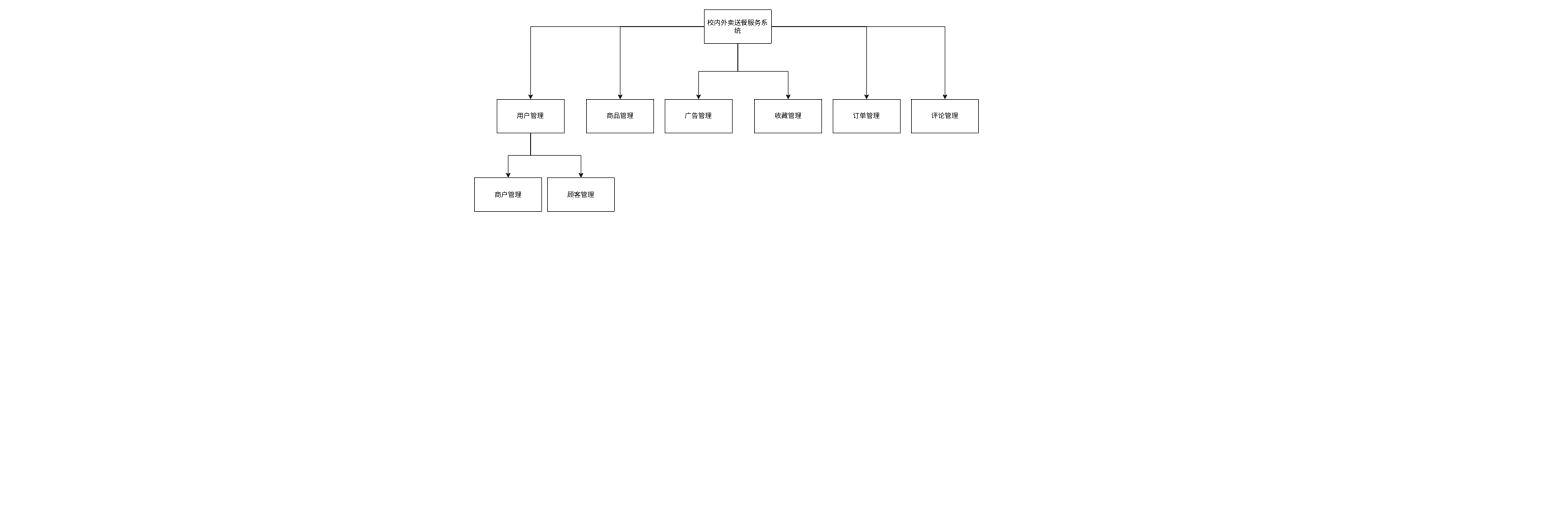
This is images/功能模块图.drawio from wansuns/DrawingBed, a draw.io file, before an edit. Source tidied: cells renumbered, new cells numbered last; positions are measured from the earlier drawing's top-left corner, leaving out a move shared by most shapes. Both pictures are drawn from the tidied source at 56%, with x=0, y=0 at pixel (474, 10).
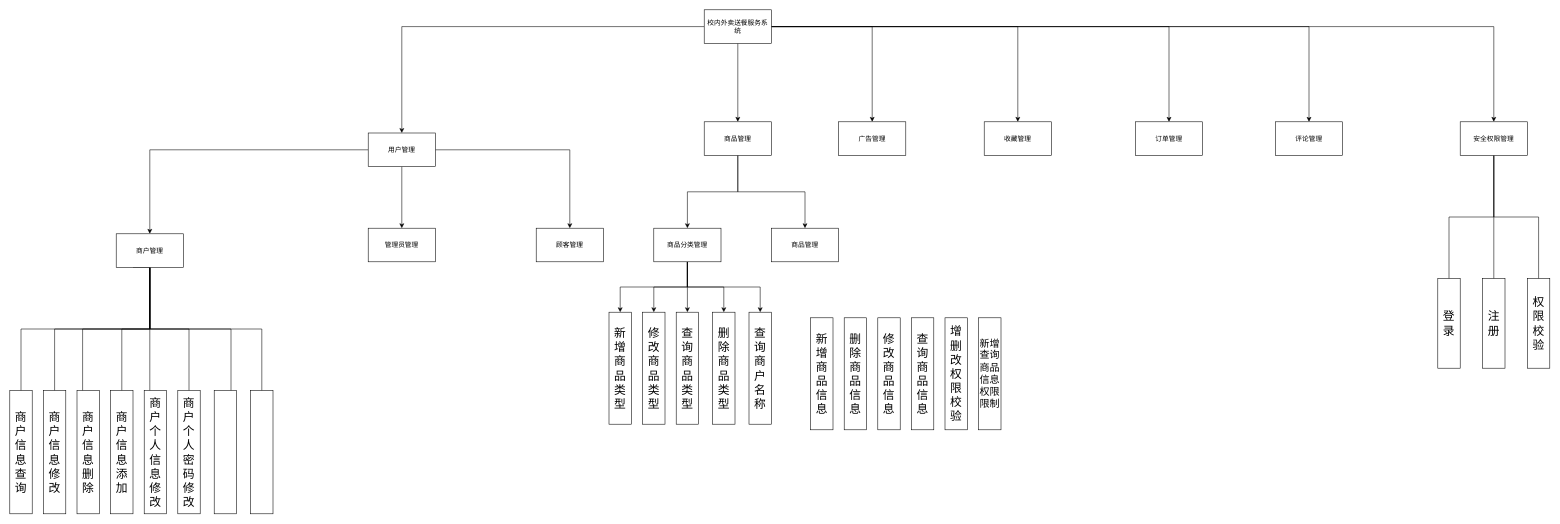
The same page after the edit.

Commit message:
更新功能模块图.drawio

The change refers to these unchanged cells:
```xml
<mxCell id="8" value="校内外卖送餐服务系统" style="rounded=0;whiteSpace=wrap;html=1;" parent="1" vertex="1">
  <mxGeometry x="410" width="120" height="60" as="geometry" />
</mxCell>
```

Change to the diagram source:
```diff
@@
+    <mxCell id="19" style="edgeStyle=orthogonalEdgeStyle;rounded=0;jettySize=auto;html=1;" parent="1" edge="1" source="8" target="43">
+      <mxGeometry relative="1" as="geometry" />
+    </mxCell>
@@
+    <mxCell id="20" style="edgeStyle=orthogonalEdgeStyle;rounded=0;jettySize=auto;html=1;" parent="1" edge="1" source="11" target="31">
+      <mxGeometry relative="1" as="geometry" />
+    </mxCell>
     <mxCell id="11" value="用户管理" style="rounded=0;whiteSpace=wrap;html=1;" parent="1" vertex="1">
-      <mxGeometry x="40" y="160" width="120" height="60" as="geometry" />
+      <mxGeometry x="-190" y="220" width="120" height="60" as="geometry" />
     </mxCell>
+    <mxCell id="21" style="edgeStyle=orthogonalEdgeStyle;rounded=0;jettySize=auto;html=1;" parent="1" edge="1" source="12" target="52">
+      <mxGeometry relative="1" as="geometry" />
+    </mxCell>
+    <mxCell id="22" style="edgeStyle=orthogonalEdgeStyle;rounded=0;jettySize=auto;html=1;" parent="1" edge="1" source="12" target="53">
+      <mxGeometry relative="1" as="geometry" />
+    </mxCell>
     <mxCell id="12" value="商品管理" style="whiteSpace=wrap;html=1;rounded=0;" parent="1" vertex="1">
-      <mxGeometry x="200" y="160" width="120" height="60" as="geometry" />
+      <mxGeometry x="410" y="200" width="120" height="60" as="geometry" />
     </mxCell>
     <mxCell id="13" value="广告管理" style="whiteSpace=wrap;html=1;rounded=0;" parent="1" vertex="1">
-      <mxGeometry x="340" y="160" width="120" height="60" as="geometry" />
+      <mxGeometry x="650" y="200" width="120" height="60" as="geometry" />
     </mxCell>
     <mxCell id="14" value="订单管理" style="whiteSpace=wrap;html=1;rounded=0;" parent="1" vertex="1">
-      <mxGeometry x="640" y="160" width="120" height="60" as="geometry" />
+      <mxGeometry x="1180" y="200" width="120" height="60" as="geometry" />
     </mxCell>
     <mxCell id="15" value="收藏管理" style="whiteSpace=wrap;html=1;rounded=0;" parent="1" vertex="1">
-      <mxGeometry x="500" y="160" width="120" height="60" as="geometry" />
+      <mxGeometry x="910" y="200" width="120" height="60" as="geometry" />
     </mxCell>
     <mxCell id="16" value="评论管理" style="rounded=0;whiteSpace=wrap;html=1;" parent="1" vertex="1">
-      <mxGeometry x="780" y="160" width="120" height="60" as="geometry" />
+      <mxGeometry x="1430" y="200" width="120" height="60" as="geometry" />
     </mxCell>
+    <mxCell id="23" style="edgeStyle=orthogonalEdgeStyle;rounded=0;jettySize=auto;html=1;exitX=0.25;exitY=1;exitDx=0;exitDy=0;entryX=0.5;entryY=0;entryDx=0;entryDy=0;endArrow=none;endFill=0;" parent="1" edge="1" source="17" target="35">
+      <mxGeometry relative="1" as="geometry">
+        <Array as="points">
+          <mxPoint x="-580" y="460" />
+          <mxPoint x="-580" y="570" />
+          <mxPoint x="-810" y="570" />
+        </Array>
+      </mxGeometry>
+    </mxCell>
+    <mxCell id="24" style="edgeStyle=orthogonalEdgeStyle;rounded=0;jettySize=auto;html=1;exitX=0.5;exitY=1;exitDx=0;exitDy=0;endArrow=none;endFill=0;" parent="1" edge="1" source="17" target="39">
+      <mxGeometry relative="1" as="geometry" />
+    </mxCell>
+    <mxCell id="25" style="edgeStyle=orthogonalEdgeStyle;rounded=0;jettySize=auto;html=1;endArrow=none;endFill=0;" parent="1" edge="1" source="17" target="37">
+      <mxGeometry relative="1" as="geometry" />
+    </mxCell>
+    <mxCell id="26" style="edgeStyle=orthogonalEdgeStyle;rounded=0;jettySize=auto;html=1;entryX=0.75;entryY=0;entryDx=0;entryDy=0;endArrow=none;endFill=0;" parent="1" edge="1" target="38">
+      <mxGeometry relative="1" as="geometry">
+        <mxPoint x="-580" y="460" as="sourcePoint" />
+        <Array as="points">
+          <mxPoint x="-580" y="570" />
+          <mxPoint x="-435" y="570" />
+        </Array>
+      </mxGeometry>
+    </mxCell>
+    <mxCell id="27" style="edgeStyle=orthogonalEdgeStyle;rounded=0;jettySize=auto;html=1;exitX=0.5;exitY=1;exitDx=0;exitDy=0;entryX=0.25;entryY=0;entryDx=0;entryDy=0;endArrow=none;endFill=0;" parent="1" edge="1" source="17" target="36">
+      <mxGeometry relative="1" as="geometry" />
+    </mxCell>
+    <mxCell id="28" style="edgeStyle=orthogonalEdgeStyle;rounded=0;jettySize=auto;html=1;entryX=0.5;entryY=0;entryDx=0;entryDy=0;exitX=0.5;exitY=1;exitDx=0;exitDy=0;endArrow=none;endFill=0;" parent="1" edge="1" source="17" target="34">
+      <mxGeometry relative="1" as="geometry" />
+    </mxCell>
+    <mxCell id="29" style="edgeStyle=orthogonalEdgeStyle;rounded=0;jettySize=auto;html=1;entryX=0.25;entryY=0;entryDx=0;entryDy=0;exitX=0.5;exitY=1;exitDx=0;exitDy=0;endArrow=none;endFill=0;" parent="1" edge="1" source="17" target="33">
+      <mxGeometry relative="1" as="geometry" />
+    </mxCell>
+    <mxCell id="30" style="edgeStyle=orthogonalEdgeStyle;rounded=0;jettySize=auto;html=1;entryX=0.5;entryY=0;entryDx=0;entryDy=0;exitX=0.5;exitY=1;exitDx=0;exitDy=0;endArrow=none;endFill=0;" parent="1" edge="1" source="17" target="32">
+      <mxGeometry relative="1" as="geometry" />
+    </mxCell>
     <mxCell id="17" value="商户管理" style="whiteSpace=wrap;html=1;rounded=0;" parent="1" vertex="1">
-      <mxGeometry y="300" width="120" height="60" as="geometry" />
+      <mxGeometry x="-640" y="400" width="120" height="60" as="geometry" />
     </mxCell>
     <mxCell id="18" value="顾客管理" style="whiteSpace=wrap;html=1;rounded=0;" parent="1" vertex="1">
-      <mxGeometry x="130" y="300" width="120" height="60" as="geometry" />
+      <mxGeometry x="110" y="390" width="120" height="60" as="geometry" />
     </mxCell>
+    <mxCell id="31" value="管理员管理" style="whiteSpace=wrap;html=1;rounded=0;" parent="1" vertex="1">
+      <mxGeometry x="-190" y="390" width="120" height="60" as="geometry" />
+    </mxCell>
+    <mxCell id="32" value="&lt;font style=&quot;font-size: 21px;&quot;&gt;商户信息修改&lt;/font&gt;" style="whiteSpace=wrap;html=1;rounded=0;" parent="1" vertex="1">
+      <mxGeometry x="-770" y="680" width="40" height="220" as="geometry" />
+    </mxCell>
+    <mxCell id="33" value="&lt;font style=&quot;font-size: 21px;&quot;&gt;商户信息删除&lt;/font&gt;" style="whiteSpace=wrap;html=1;rounded=0;" parent="1" vertex="1">
+      <mxGeometry x="-710" y="680" width="40" height="220" as="geometry" />
+    </mxCell>
+    <mxCell id="34" value="&lt;font style=&quot;font-size: 21px;&quot;&gt;商户信息添加&lt;/font&gt;" style="whiteSpace=wrap;html=1;rounded=0;" parent="1" vertex="1">
+      <mxGeometry x="-650" y="680" width="40" height="220" as="geometry" />
+    </mxCell>
+    <mxCell id="35" value="&lt;font style=&quot;font-size: 21px;&quot;&gt;商户信息查询&lt;/font&gt;" style="html=1;rounded=0;verticalAlign=middle;horizontal=1;align=center;labelPosition=center;verticalLabelPosition=middle;whiteSpace=wrap;" parent="1" vertex="1">
+      <mxGeometry x="-830" y="680" width="40" height="220" as="geometry" />
+    </mxCell>
+    <mxCell id="36" value="&lt;font style=&quot;font-size: 21px;&quot;&gt;商户个人信息修改&lt;/font&gt;" style="whiteSpace=wrap;html=1;rounded=0;" parent="1" vertex="1">
+      <mxGeometry x="-590" y="680" width="40" height="220" as="geometry" />
+    </mxCell>
+    <mxCell id="37" value="&lt;font style=&quot;font-size: 21px;&quot;&gt;商户个人密码修改&lt;/font&gt;" style="whiteSpace=wrap;html=1;rounded=0;" parent="1" vertex="1">
+      <mxGeometry x="-530" y="680" width="40" height="220" as="geometry" />
+    </mxCell>
+    <mxCell id="38" style="whiteSpace=wrap;html=1;rounded=0;" parent="1" vertex="1">
+      <mxGeometry x="-465" y="680" width="40" height="220" as="geometry" />
+    </mxCell>
+    <mxCell id="39" style="whiteSpace=wrap;html=1;rounded=0;" parent="1" vertex="1">
+      <mxGeometry x="-400" y="680" width="40" height="220" as="geometry" />
+    </mxCell>
+    <mxCell id="40" style="edgeStyle=orthogonalEdgeStyle;rounded=0;jettySize=auto;html=1;endArrow=none;endFill=0;" parent="1" edge="1" source="43" target="44">
+      <mxGeometry relative="1" as="geometry" />
+    </mxCell>
+    <mxCell id="41" style="edgeStyle=orthogonalEdgeStyle;rounded=0;jettySize=auto;html=1;entryX=0.5;entryY=0;entryDx=0;entryDy=0;endArrow=none;endFill=0;" parent="1" edge="1" source="43" target="45">
+      <mxGeometry relative="1" as="geometry" />
+    </mxCell>
+    <mxCell id="42" style="edgeStyle=orthogonalEdgeStyle;rounded=0;jettySize=auto;html=1;endArrow=none;endFill=0;" parent="1" edge="1" source="43" target="46">
+      <mxGeometry relative="1" as="geometry" />
+    </mxCell>
+    <mxCell id="43" value="安全权限管理" style="whiteSpace=wrap;html=1;rounded=0;" parent="1" vertex="1">
+      <mxGeometry x="1760" y="200" width="120" height="60" as="geometry" />
+    </mxCell>
+    <mxCell id="44" value="&lt;font style=&quot;font-size: 21px;&quot;&gt;登录&lt;/font&gt;" style="whiteSpace=wrap;html=1;rounded=0;" parent="1" vertex="1">
+      <mxGeometry x="1720" y="480" width="40" height="160" as="geometry" />
+    </mxCell>
+    <mxCell id="45" value="&lt;font style=&quot;font-size: 21px;&quot;&gt;注册&lt;/font&gt;" style="whiteSpace=wrap;html=1;rounded=0;" parent="1" vertex="1">
+      <mxGeometry x="1800" y="480" width="40" height="160" as="geometry" />
+    </mxCell>
+    <mxCell id="46" value="&lt;font style=&quot;font-size: 21px;&quot;&gt;权限校验&lt;/font&gt;" style="whiteSpace=wrap;html=1;rounded=0;" parent="1" vertex="1">
+      <mxGeometry x="1880" y="480" width="40" height="160" as="geometry" />
+    </mxCell>
+    <mxCell id="47" style="edgeStyle=orthogonalEdgeStyle;rounded=0;jettySize=auto;html=1;exitX=0.5;exitY=1;exitDx=0;exitDy=0;entryX=0.5;entryY=0;entryDx=0;entryDy=0;" parent="1" edge="1" source="52" target="57">
+      <mxGeometry relative="1" as="geometry" />
+    </mxCell>
+    <mxCell id="48" style="edgeStyle=orthogonalEdgeStyle;rounded=0;jettySize=auto;html=1;exitX=0.5;exitY=1;exitDx=0;exitDy=0;entryX=0.5;entryY=0;entryDx=0;entryDy=0;" parent="1" edge="1" source="52" target="56">
+      <mxGeometry relative="1" as="geometry" />
+    </mxCell>
+    <mxCell id="49" style="edgeStyle=orthogonalEdgeStyle;rounded=0;jettySize=auto;html=1;exitX=0.5;exitY=1;exitDx=0;exitDy=0;entryX=0.5;entryY=0;entryDx=0;entryDy=0;" parent="1" edge="1" source="52" target="55">
+      <mxGeometry relative="1" as="geometry" />
+    </mxCell>
+    <mxCell id="50" style="edgeStyle=orthogonalEdgeStyle;rounded=0;jettySize=auto;html=1;exitX=0.5;exitY=1;exitDx=0;exitDy=0;" parent="1" edge="1" source="52" target="54">
+      <mxGeometry relative="1" as="geometry" />
+    </mxCell>
+    <mxCell id="51" style="edgeStyle=orthogonalEdgeStyle;rounded=0;jettySize=auto;html=1;exitX=0.5;exitY=1;exitDx=0;exitDy=0;" parent="1" edge="1" source="52" target="58">
+      <mxGeometry relative="1" as="geometry" />
+    </mxCell>
+    <mxCell id="52" value="商品分类管理" style="whiteSpace=wrap;html=1;rounded=0;" parent="1" vertex="1">
+      <mxGeometry x="320" y="390" width="120" height="60" as="geometry" />
+    </mxCell>
+    <mxCell id="53" value="商品管理" style="whiteSpace=wrap;html=1;rounded=0;" parent="1" vertex="1">
+      <mxGeometry x="530" y="390" width="120" height="60" as="geometry" />
+    </mxCell>
+    <mxCell id="54" value="新增商品类型" style="whiteSpace=wrap;html=1;rounded=0;fontSize=21;" parent="1" vertex="1">
+      <mxGeometry x="240" y="540" width="40" height="200" as="geometry" />
+    </mxCell>
+    <mxCell id="55" value="&lt;font style=&quot;font-size: 21px;&quot;&gt;删除商品类型&lt;/font&gt;" style="whiteSpace=wrap;html=1;rounded=0;" parent="1" vertex="1">
+      <mxGeometry x="425" y="540" width="40" height="200" as="geometry" />
+    </mxCell>
+    <mxCell id="56" value="&lt;font style=&quot;font-size: 21px;&quot;&gt;查询商品类型&lt;/font&gt;" style="whiteSpace=wrap;html=1;rounded=0;" parent="1" vertex="1">
+      <mxGeometry x="360" y="540" width="40" height="200" as="geometry" />
+    </mxCell>
+    <mxCell id="57" value="修改商品类型" style="whiteSpace=wrap;html=1;rounded=0;fontSize=21;" parent="1" vertex="1">
+      <mxGeometry x="300" y="540" width="40" height="200" as="geometry" />
+    </mxCell>
+    <mxCell id="58" value="&lt;font style=&quot;font-size: 21px;&quot;&gt;查询商户名称&lt;/font&gt;" style="whiteSpace=wrap;html=1;rounded=0;" parent="1" vertex="1">
+      <mxGeometry x="490" y="540" width="40" height="200" as="geometry" />
+    </mxCell>
+    <mxCell id="59" value="&lt;font style=&quot;font-size: 21px;&quot;&gt;增删改权限校验&lt;/font&gt;" style="whiteSpace=wrap;html=1;rounded=0;" parent="1" vertex="1">
+      <mxGeometry x="840" y="550" width="40" height="200" as="geometry" />
+    </mxCell>
+    <mxCell id="60" value="&lt;font style=&quot;font-size: 21px;&quot;&gt;修改商品信息&lt;/font&gt;" style="whiteSpace=wrap;html=1;rounded=0;" parent="1" vertex="1">
+      <mxGeometry x="720" y="550" width="40" height="200" as="geometry" />
+    </mxCell>
+    <mxCell id="61" value="&lt;font style=&quot;font-size: 21px;&quot;&gt;新增商品信息&lt;/font&gt;" style="whiteSpace=wrap;html=1;rounded=0;" parent="1" vertex="1">
+      <mxGeometry x="600" y="550" width="40" height="200" as="geometry" />
+    </mxCell>
+    <mxCell id="62" value="&lt;font style=&quot;font-size: 21px;&quot;&gt;删除商品信息&lt;/font&gt;" style="whiteSpace=wrap;html=1;rounded=0;" parent="1" vertex="1">
+      <mxGeometry x="660" y="550" width="40" height="200" as="geometry" />
+    </mxCell>
+    <mxCell id="63" value="&lt;font style=&quot;font-size: 21px;&quot;&gt;查询商品信息&lt;/font&gt;" style="whiteSpace=wrap;html=1;rounded=0;" parent="1" vertex="1">
+      <mxGeometry x="780" y="550" width="40" height="200" as="geometry" />
+    </mxCell>
+    <mxCell id="64" value="&lt;font style=&quot;font-size: 18px;&quot;&gt;新增查询商品信息权限限制&lt;/font&gt;" style="html=1;rounded=0;whiteSpace=wrap;" parent="1" vertex="1">
+      <mxGeometry x="900" y="550" width="40" height="200" as="geometry" />
+    </mxCell>
```
